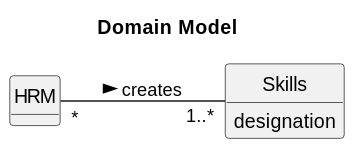
Earlier version of the PlantUML export docs/sprintA/us001/02.analysis/svg/us001-domain-model.svg (ricardomm7/leaflink). Its diagram source:
```plantuml
@startuml
skinparam monochrome true
skinparam packageStyle rectangle
skinparam shadowing false

left to right direction

skinparam classAttributeIconSize 0

hide circle
hide methods

title Domain Model
class HRM {

}
class Skills {
    designation
}

HRM "*" -- "1..*" Skills : creates >
@enduml
```
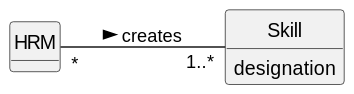
The same file after the commit.

The edit, as a diff of the source:
```diff
@@ -10,13 +10,12 @@
 hide circle
 hide methods
 
-title Domain Model
 class HRM {
 
 }
-class Skills {
+class Skill {
     designation
 }
 
-HRM "*" -- "1..*" Skills : creates >
+HRM "*" -- "1..*" Skill : creates >
 @enduml
```
